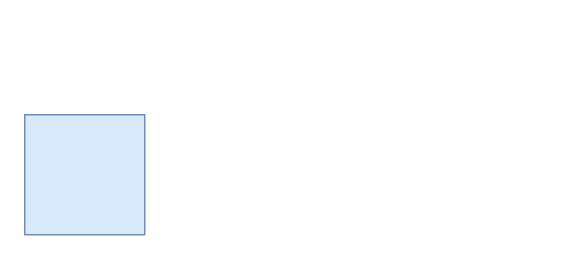
This is Test.drawio from Buriiboo/Cliffs-of-Cockermouth, a draw.io file, before an edit. Source tidied: cells renumbered, new cells numbered last; positions are measured from the earlier drawing's top-left corner, leaving out a move shared by most shapes. Both pictures are drawn from the tidied source at 150%, with x=0, y=0 at pixel (24, 114).
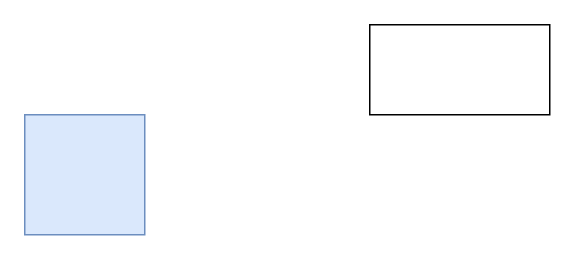
Above is the later version.

Change to the diagram source:
```diff
@@
 <mxGraphModel>
   <root>
     <mxCell id="0" />
     <mxCell id="1" parent="0" />
     <mxCell id="2" style="whiteSpace=wrap;html=1;fillColor=#dae8fc;strokeColor=#6c8ebf;" parent="1" vertex="1">
       <mxGeometry width="80" height="80" as="geometry" />
     </mxCell>
+    <mxCell id="3" style="rounded=0;whiteSpace=wrap;html=1;" parent="1" vertex="1">
+      <mxGeometry x="230" y="-60" width="120" height="60" as="geometry" />
+    </mxCell>
   </root>
 </mxGraphModel>
```
